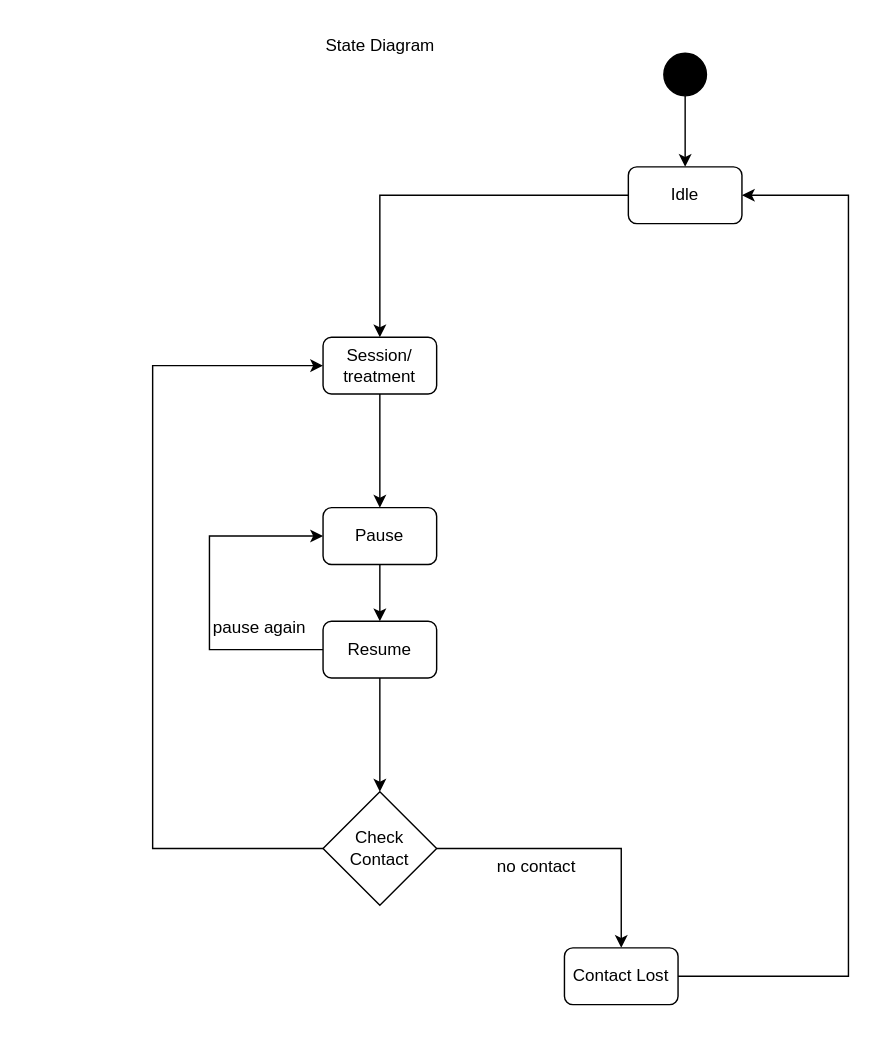
Earlier version of the draw.io diagram page "stateDiagram#1" (1 of 2) of Neureset - Documentation/Diagrams/Team24Diagrams.drawio (sidbmw/Neureset_Device_Simulator). Source tidied: cells renumbered, new cells numbered last; positions are measured from the earlier drawing's top-left corner, leaving out a move shared by most shapes. Both pictures are drawn from the tidied source at 142%, with x=0, y=0 at pixel (152, 24).
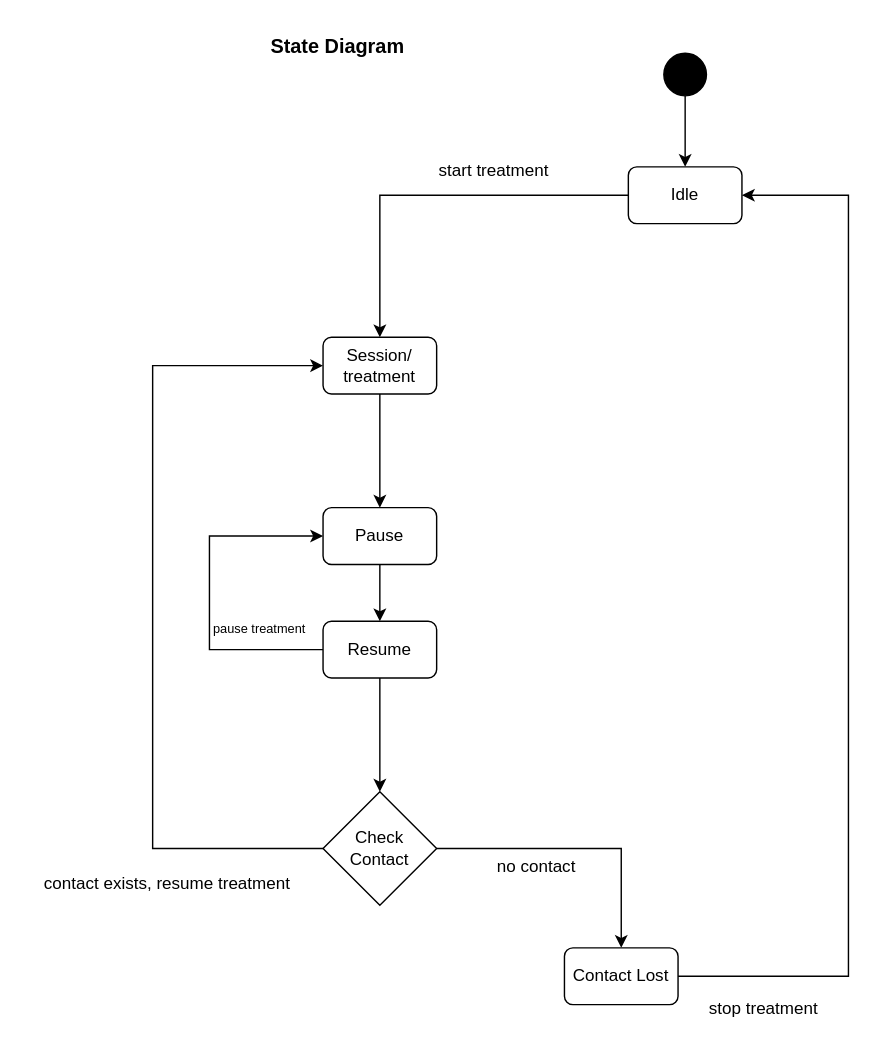
Above is the later version.

Commit message (it also covers changes not shown here):
updated state diagram

Diff of the diagram source:
```diff
@@
-    <mxCell id="13" value="pause again" style="text;html=1;align=center;verticalAlign=middle;strokeColor=none;fillColor=none;" parent="1" vertex="1">
+    <mxCell id="13" value="&lt;font style=&quot;font-size: 9px;&quot;&gt;pause treatment&lt;/font&gt;" style="text;html=1;align=center;verticalAlign=middle;strokeColor=none;fillColor=none;" parent="1" vertex="1">
       <mxGeometry x="30" y="410" width="90" height="30" as="geometry" />
     </mxCell>
@@
-    <mxCell id="20" value="State Diagram" style="text;html=1;align=center;verticalAlign=middle;strokeColor=none;fillColor=none;" parent="1" vertex="1">
-      <mxGeometry x="110" width="100" height="30" as="geometry" />
+    <mxCell id="20" value="&lt;font style=&quot;font-size: 14px;&quot;&gt;&lt;b&gt;State Diagram&lt;/b&gt;&lt;/font&gt;" style="text;html=1;align=center;verticalAlign=middle;strokeColor=none;fillColor=none;" parent="1" vertex="1">
+      <mxGeometry x="70" width="120" height="30" as="geometry" />
     </mxCell>
+    <mxCell id="21" value="start treatment" style="text;html=1;align=center;verticalAlign=middle;strokeColor=none;fillColor=none;" parent="1" vertex="1">
+      <mxGeometry x="190" y="88" width="100" height="30" as="geometry" />
+    </mxCell>
+    <mxCell id="22" value="stop treatment" style="text;html=1;align=center;verticalAlign=middle;strokeColor=none;fillColor=none;" parent="1" vertex="1">
+      <mxGeometry x="380" y="678" width="100" height="30" as="geometry" />
+    </mxCell>
+    <mxCell id="23" value="contact exists, resume treatment" style="text;html=1;align=center;verticalAlign=middle;strokeColor=none;fillColor=none;" parent="1" vertex="1">
+      <mxGeometry x="-90" y="590" width="200" height="30" as="geometry" />
+    </mxCell>
```
